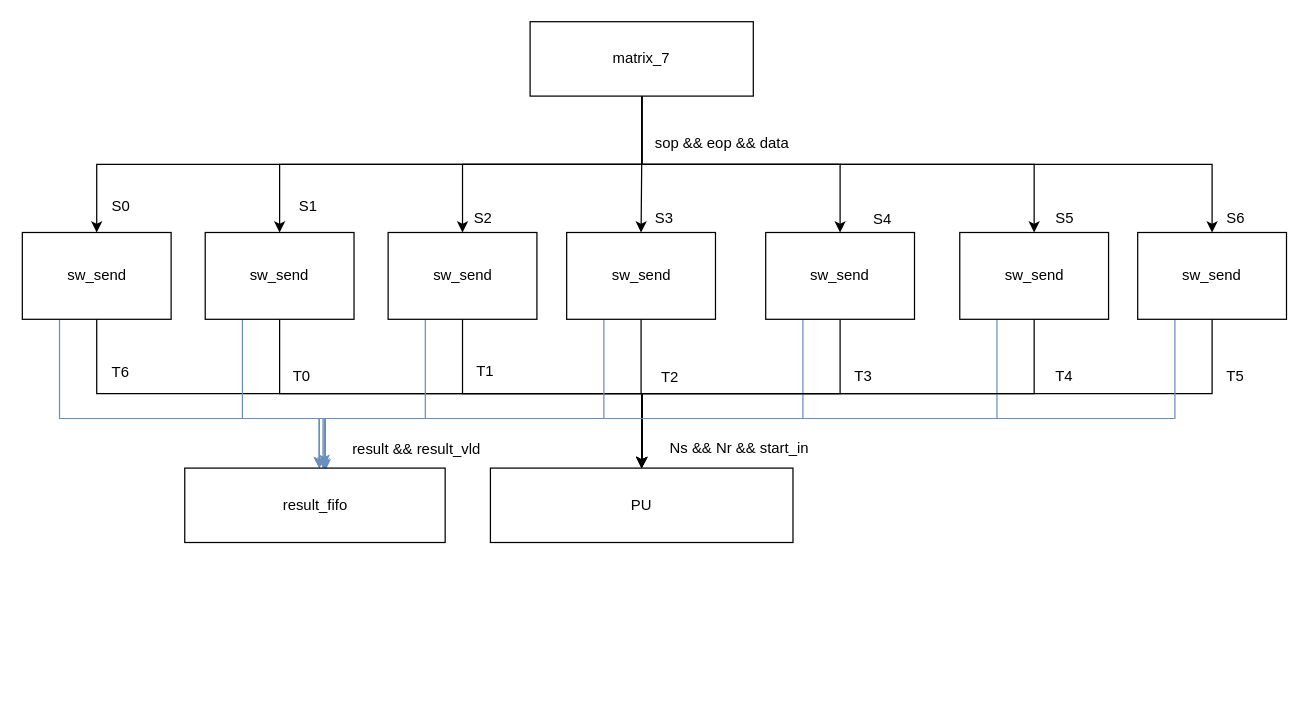
Above: page "top" (5 of 9) of FPGA_output.drawio in muguang123/drwaio (draw.io), before the change. Source tidied: cells renumbered, new cells numbered last; positions are measured from the earlier drawing's top-left corner, leaving out a move shared by most shapes. Both pictures are drawn from the tidied source at 124%, with x=0, y=0 at pixel (21, 21).
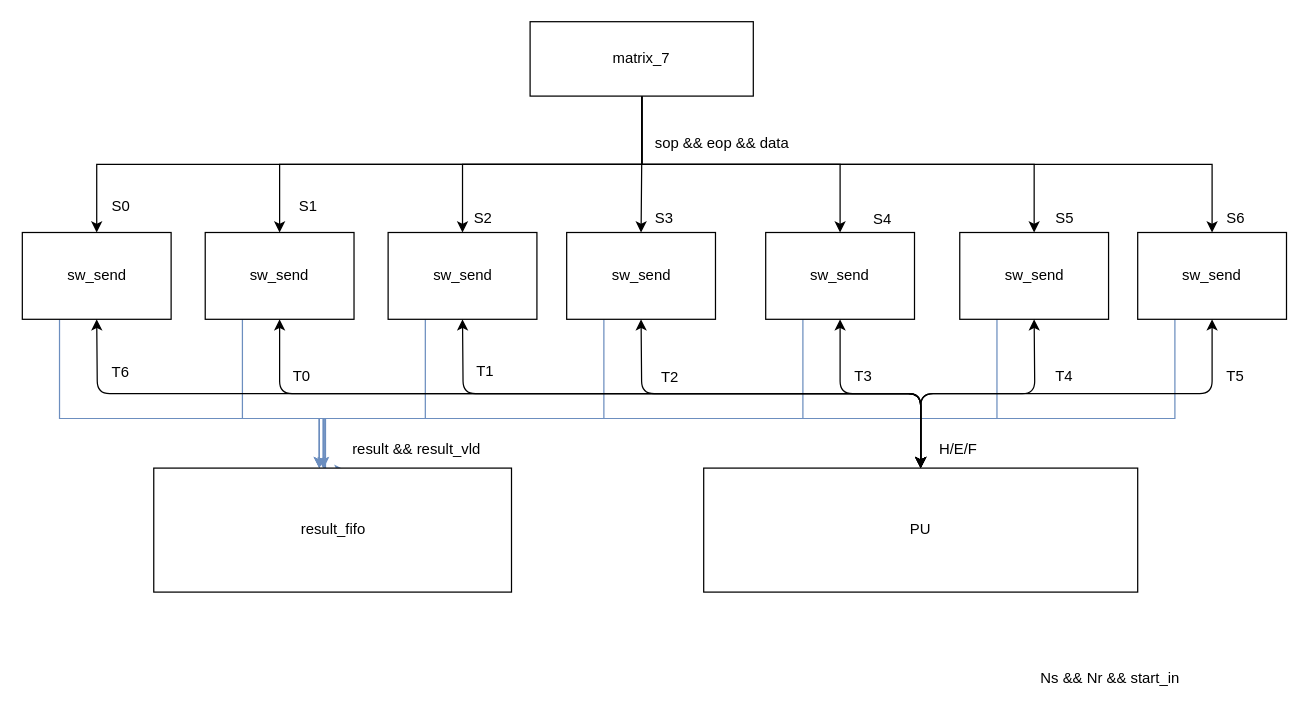
After the change.

Unchanged cells that the change refers to:
```xml
<mxCell id="4" value="sw_send" style="rounded=0;whiteSpace=wrap;html=1;" parent="1" vertex="1">
  <mxGeometry x="0.5" y="170" width="120" height="70" as="geometry" />
</mxCell>
<mxCell id="7" value="sw_send" style="rounded=0;whiteSpace=wrap;html=1;" parent="1" vertex="1">
  <mxGeometry x="148" y="170" width="120" height="70" as="geometry" />
</mxCell>
<mxCell id="10" value="sw_send" style="rounded=0;whiteSpace=wrap;html=1;" parent="1" vertex="1">
  <mxGeometry x="295.5" y="170" width="120" height="70" as="geometry" />
</mxCell>
<mxCell id="13" value="sw_send" style="rounded=0;whiteSpace=wrap;html=1;" parent="1" vertex="1">
  <mxGeometry x="439.5" y="170" width="120" height="70" as="geometry" />
</mxCell>
<mxCell id="16" value="sw_send" style="rounded=0;whiteSpace=wrap;html=1;" parent="1" vertex="1">
  <mxGeometry x="600" y="170" width="120" height="70" as="geometry" />
</mxCell>
<mxCell id="19" value="sw_send" style="rounded=0;whiteSpace=wrap;html=1;" parent="1" vertex="1">
  <mxGeometry x="756.5" y="170" width="120" height="70" as="geometry" />
</mxCell>
<mxCell id="31" value="sw_send" style="rounded=0;whiteSpace=wrap;html=1;" parent="1" vertex="1">
  <mxGeometry x="900" y="170" width="120" height="70" as="geometry" />
</mxCell>
```

The edit, as a diff of the source:
```diff
@@
-    <mxCell id="2" style="edgeStyle=orthogonalEdgeStyle;rounded=0;jettySize=auto;html=1;exitX=0.5;exitY=1;exitDx=0;exitDy=0;" parent="1" edge="1" source="4" target="20">
-      <mxGeometry relative="1" as="geometry" />
-    </mxCell>
@@
-    <mxCell id="5" style="edgeStyle=orthogonalEdgeStyle;rounded=0;jettySize=auto;html=1;exitX=0.5;exitY=1;exitDx=0;exitDy=0;entryX=0.5;entryY=0;entryDx=0;entryDy=0;" parent="1" edge="1" source="7" target="20">
-      <mxGeometry relative="1" as="geometry" />
-    </mxCell>
-    <mxCell id="6" style="edgeStyle=orthogonalEdgeStyle;rounded=0;jettySize=auto;html=1;exitX=0.25;exitY=1;exitDx=0;exitDy=0;entryX=0.536;entryY=-0.033;entryDx=0;entryDy=0;entryPerimeter=0;fillColor=#dae8fc;strokeColor=#6c8ebf;" parent="1" edge="1" source="7" target="32">
+    <mxCell id="6" style="edgeStyle=orthogonalEdgeStyle;rounded=0;jettySize=auto;html=1;exitX=0.25;exitY=1;exitDx=0;exitDy=0;entryX=0.475;entryY=0.001;entryDx=0;entryDy=0;entryPerimeter=0;fillColor=#dae8fc;strokeColor=#6c8ebf;" parent="1" edge="1" source="7" target="32">
       <mxGeometry relative="1" as="geometry">
         <Array as="points">
           <mxPoint x="178" y="320" />
-          <mxPoint x="244" y="320" />
+          <mxPoint x="243" y="320" />
         </Array>
       </mxGeometry>
     </mxCell>
@@
-    <mxCell id="8" style="edgeStyle=orthogonalEdgeStyle;rounded=0;jettySize=auto;html=1;exitX=0.5;exitY=1;exitDx=0;exitDy=0;" parent="1" edge="1" source="10">
-      <mxGeometry relative="1" as="geometry">
-        <mxPoint x="500" y="360" as="targetPoint" />
-      </mxGeometry>
-    </mxCell>
@@
-    <mxCell id="11" style="edgeStyle=orthogonalEdgeStyle;rounded=0;jettySize=auto;html=1;exitX=0.5;exitY=1;exitDx=0;exitDy=0;" parent="1" edge="1" source="13">
-      <mxGeometry relative="1" as="geometry">
-        <mxPoint x="500" y="360" as="targetPoint" />
-      </mxGeometry>
-    </mxCell>
@@
-    <mxCell id="14" style="edgeStyle=orthogonalEdgeStyle;rounded=0;jettySize=auto;html=1;exitX=0.5;exitY=1;exitDx=0;exitDy=0;" parent="1" edge="1" source="16">
-      <mxGeometry relative="1" as="geometry">
-        <mxPoint x="500" y="360" as="targetPoint" />
-      </mxGeometry>
-    </mxCell>
@@
-    <mxCell id="17" style="edgeStyle=orthogonalEdgeStyle;rounded=0;jettySize=auto;html=1;exitX=0.5;exitY=1;exitDx=0;exitDy=0;" parent="1" edge="1" source="19">
-      <mxGeometry relative="1" as="geometry">
-        <mxPoint x="500" y="360" as="targetPoint" />
-      </mxGeometry>
-    </mxCell>
@@
     <mxCell id="20" value="PU" style="rounded=0;whiteSpace=wrap;html=1;" parent="1" vertex="1">
-      <mxGeometry x="378" y="360" width="244" height="60" as="geometry" />
+      <mxGeometry x="550" y="360" width="350" height="100" as="geometry" />
     </mxCell>
@@
-    <mxCell id="29" style="edgeStyle=orthogonalEdgeStyle;rounded=0;jettySize=auto;html=1;exitX=0.5;exitY=1;exitDx=0;exitDy=0;entryX=0.5;entryY=0;entryDx=0;entryDy=0;" parent="1" edge="1" source="31" target="20">
-      <mxGeometry relative="1" as="geometry" />
-    </mxCell>
@@
     <mxCell id="32" value="result_fifo" style="rounded=0;whiteSpace=wrap;html=1;" parent="1" vertex="1">
-      <mxGeometry x="131.5" y="360" width="210" height="60" as="geometry" />
+      <mxGeometry x="106.5" y="360" width="288.5" height="100" as="geometry" />
     </mxCell>
@@
     <mxCell id="34" value="Ns &amp;amp;&amp;amp; Nr &amp;amp;&amp;amp; start_in" style="text;html=1;align=left;verticalAlign=top;spacingTop=-4;" parent="1" vertex="1">
-      <mxGeometry x="521" y="334" width="130" height="20" as="geometry" />
+      <mxGeometry x="820" y="520" width="130" height="20" as="geometry" />
     </mxCell>
@@
+    <mxCell id="50" style="endArrow=classic;startArrow=classic;html=1;entryX=0.5;entryY=1;entryDx=0;entryDy=0;exitX=0.5;exitY=0;exitDx=0;exitDy=0;" parent="1" edge="1" source="20" target="16">
+      <mxGeometry relative="1" as="geometry">
+        <Array as="points">
+          <mxPoint x="725" y="300" />
+          <mxPoint x="660" y="300" />
+        </Array>
+      </mxGeometry>
+    </mxCell>
+    <mxCell id="51" style="endArrow=classic;startArrow=classic;html=1;entryX=0.5;entryY=1;entryDx=0;entryDy=0;exitX=0.5;exitY=0;exitDx=0;exitDy=0;" parent="1" edge="1" source="20" target="31">
+      <mxGeometry relative="1" as="geometry">
+        <Array as="points">
+          <mxPoint x="725" y="300" />
+          <mxPoint x="960" y="300" />
+        </Array>
+      </mxGeometry>
+    </mxCell>
+    <mxCell id="52" style="endArrow=classic;startArrow=classic;html=1;entryX=0.5;entryY=1;entryDx=0;entryDy=0;exitX=0.5;exitY=0;exitDx=0;exitDy=0;" parent="1" edge="1" source="20" target="19">
+      <mxGeometry relative="1" as="geometry">
+        <Array as="points">
+          <mxPoint x="725" y="300" />
+          <mxPoint x="817" y="300" />
+        </Array>
+      </mxGeometry>
+    </mxCell>
+    <mxCell id="53" style="endArrow=classic;startArrow=classic;html=1;entryX=0.5;entryY=1;entryDx=0;entryDy=0;exitX=0.5;exitY=0;exitDx=0;exitDy=0;" parent="1" edge="1" source="20" target="7">
+      <mxGeometry relative="1" as="geometry">
+        <Array as="points">
+          <mxPoint x="725" y="300" />
+          <mxPoint x="208" y="300" />
+        </Array>
+      </mxGeometry>
+    </mxCell>
+    <mxCell id="54" style="endArrow=classic;startArrow=classic;html=1;entryX=0.5;entryY=1;entryDx=0;entryDy=0;exitX=0.5;exitY=0;exitDx=0;exitDy=0;" parent="1" edge="1" source="20" target="13">
+      <mxGeometry relative="1" as="geometry">
+        <Array as="points">
+          <mxPoint x="725" y="300" />
+          <mxPoint x="500" y="300" />
+        </Array>
+      </mxGeometry>
+    </mxCell>
+    <mxCell id="55" style="endArrow=classic;startArrow=classic;html=1;entryX=0.5;entryY=1;entryDx=0;entryDy=0;exitX=0.5;exitY=0;exitDx=0;exitDy=0;" parent="1" edge="1" source="20" target="10">
+      <mxGeometry relative="1" as="geometry">
+        <Array as="points">
+          <mxPoint x="725" y="300" />
+          <mxPoint x="356" y="300" />
+        </Array>
+      </mxGeometry>
+    </mxCell>
+    <mxCell id="56" style="endArrow=classic;startArrow=classic;html=1;entryX=0.5;entryY=1;entryDx=0;entryDy=0;exitX=0.5;exitY=0;exitDx=0;exitDy=0;" parent="1" edge="1" source="20" target="4">
+      <mxGeometry relative="1" as="geometry">
+        <Array as="points">
+          <mxPoint x="725" y="300" />
+          <mxPoint x="61" y="300" />
+        </Array>
+      </mxGeometry>
+    </mxCell>
+    <mxCell id="57" value="H/E/F" style="text;html=1;align=center;verticalAlign=middle;" parent="1" vertex="1">
+      <mxGeometry x="730" y="335" width="50" height="20" as="geometry" />
+    </mxCell>
```
